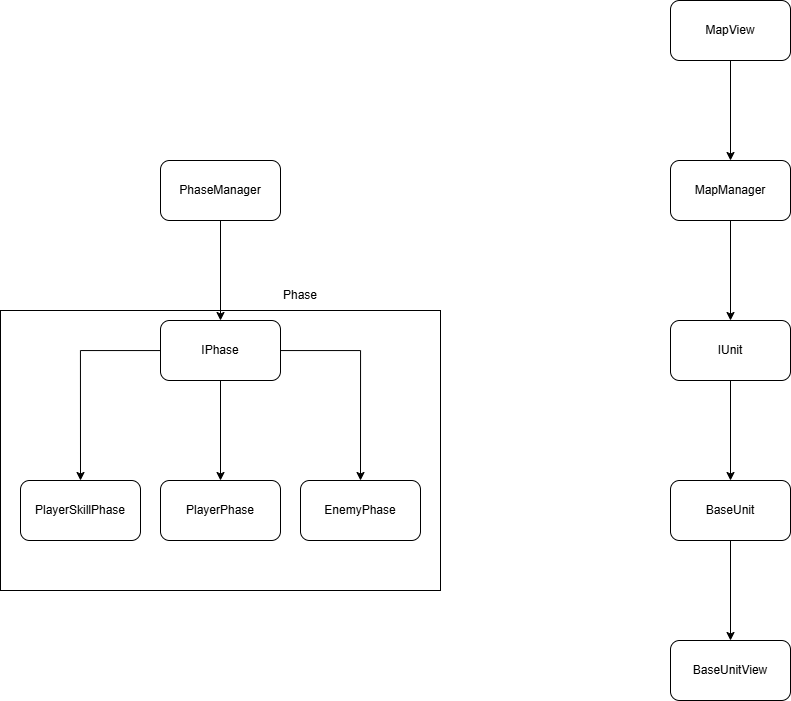
RoperaSn88/Echo-Edge keeps this draw.io diagram as Assets/Scripts/クラス図.drawio.png. Above is the earlier version. Source tidied: cells renumbered, new cells last; positions are measured from the earlier drawing's top-left corner, leaving out a move shared by most shapes. Its diagram source:
```xml
<mxGraphModel>
  <root>
    <mxCell id="0" />
    <mxCell id="1" parent="0" />
    <mxCell id="2" style="rounded=0;whiteSpace=wrap;html=1;" parent="1" vertex="1">
      <mxGeometry y="310" width="440" height="280" as="geometry" />
    </mxCell>
    <mxCell id="3" style="edgeStyle=orthogonalEdgeStyle;rounded=0;jettySize=auto;html=1;entryX=0.5;entryY=0;entryDx=0;entryDy=0;" parent="1" edge="1" source="4" target="8">
      <mxGeometry relative="1" as="geometry" />
    </mxCell>
    <mxCell id="4" value="PhaseManager" style="rounded=1;whiteSpace=wrap;html=1;" parent="1" vertex="1">
      <mxGeometry x="160" y="160" width="120" height="60" as="geometry" />
    </mxCell>
    <mxCell id="5" style="edgeStyle=orthogonalEdgeStyle;rounded=0;jettySize=auto;html=1;entryX=0.5;entryY=0;entryDx=0;entryDy=0;" parent="1" edge="1" source="8" target="9">
      <mxGeometry relative="1" as="geometry" />
    </mxCell>
    <mxCell id="6" style="edgeStyle=orthogonalEdgeStyle;rounded=0;jettySize=auto;html=1;entryX=0.5;entryY=0;entryDx=0;entryDy=0;" parent="1" edge="1" source="8" target="10">
      <mxGeometry relative="1" as="geometry" />
    </mxCell>
    <mxCell id="7" style="edgeStyle=orthogonalEdgeStyle;rounded=0;jettySize=auto;html=1;entryX=0.5;entryY=0;entryDx=0;entryDy=0;" parent="1" edge="1" source="8" target="11">
      <mxGeometry relative="1" as="geometry" />
    </mxCell>
    <mxCell id="8" value="IPhase" style="rounded=1;whiteSpace=wrap;html=1;" parent="1" vertex="1">
      <mxGeometry x="160" y="320" width="120" height="60" as="geometry" />
    </mxCell>
    <mxCell id="9" value="PlayerPhase" style="rounded=1;whiteSpace=wrap;html=1;" parent="1" vertex="1">
      <mxGeometry x="160" y="480" width="120" height="60" as="geometry" />
    </mxCell>
    <mxCell id="10" value="PlayerSkillPhase" style="rounded=1;whiteSpace=wrap;html=1;" parent="1" vertex="1">
      <mxGeometry x="20" y="480" width="120" height="60" as="geometry" />
    </mxCell>
    <mxCell id="11" value="EnemyPhase" style="rounded=1;whiteSpace=wrap;html=1;" parent="1" vertex="1">
      <mxGeometry x="300" y="480" width="120" height="60" as="geometry" />
    </mxCell>
    <mxCell id="12" style="edgeStyle=orthogonalEdgeStyle;rounded=0;jettySize=auto;html=1;entryX=0.5;entryY=0;entryDx=0;entryDy=0;" parent="1" edge="1" source="13" target="15">
      <mxGeometry relative="1" as="geometry" />
    </mxCell>
    <mxCell id="13" value="MapManager" style="rounded=1;whiteSpace=wrap;html=1;" parent="1" vertex="1">
      <mxGeometry x="670" y="160" width="120" height="60" as="geometry" />
    </mxCell>
    <mxCell id="14" style="edgeStyle=orthogonalEdgeStyle;rounded=0;jettySize=auto;html=1;entryX=0.5;entryY=0;entryDx=0;entryDy=0;" parent="1" edge="1" source="15" target="17">
      <mxGeometry relative="1" as="geometry" />
    </mxCell>
    <mxCell id="15" value="IUnit" style="rounded=1;whiteSpace=wrap;html=1;" parent="1" vertex="1">
      <mxGeometry x="670" y="320" width="120" height="60" as="geometry" />
    </mxCell>
    <mxCell id="16" style="edgeStyle=orthogonalEdgeStyle;rounded=0;jettySize=auto;html=1;entryX=0.5;entryY=0;entryDx=0;entryDy=0;" parent="1" edge="1" source="17" target="21">
      <mxGeometry relative="1" as="geometry" />
    </mxCell>
    <mxCell id="17" value="BaseUnit" style="rounded=1;whiteSpace=wrap;html=1;" parent="1" vertex="1">
      <mxGeometry x="670" y="480" width="120" height="60" as="geometry" />
    </mxCell>
    <mxCell id="18" style="edgeStyle=orthogonalEdgeStyle;rounded=0;jettySize=auto;html=1;entryX=0.5;entryY=0;entryDx=0;entryDy=0;" parent="1" edge="1" source="19" target="13">
      <mxGeometry relative="1" as="geometry" />
    </mxCell>
    <mxCell id="19" value="MapView" style="rounded=1;whiteSpace=wrap;html=1;" parent="1" vertex="1">
      <mxGeometry x="670" width="120" height="60" as="geometry" />
    </mxCell>
    <mxCell id="20" value="Phase" style="text;html=1;whiteSpace=wrap;strokeColor=none;fillColor=none;align=center;verticalAlign=middle;rounded=0;" parent="1" vertex="1">
      <mxGeometry x="270" y="280" width="60" height="30" as="geometry" />
    </mxCell>
    <mxCell id="21" value="BaseUnitView" style="rounded=1;whiteSpace=wrap;html=1;" parent="1" vertex="1">
      <mxGeometry x="670" y="640" width="120" height="60" as="geometry" />
    </mxCell>
  </root>
</mxGraphModel>
```
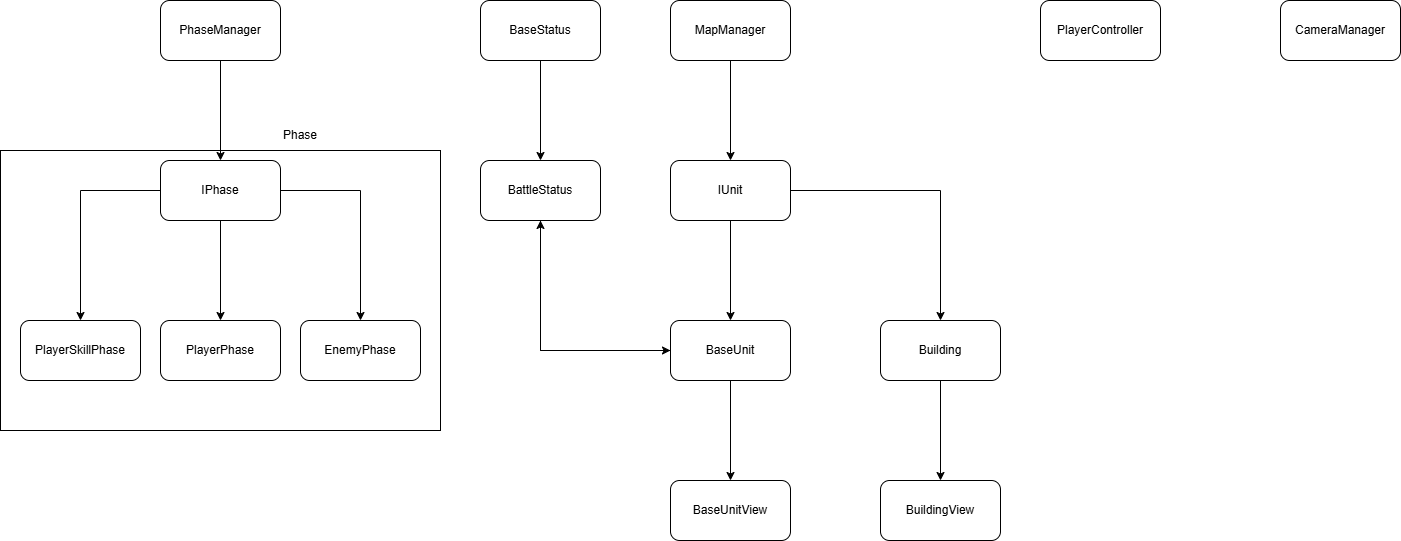
Later version of the same file.

Change to the diagram source:
```diff
@@ -41,26 +41,57 @@
     <mxCell id="14" style="edgeStyle=orthogonalEdgeStyle;rounded=0;jettySize=auto;html=1;entryX=0.5;entryY=0;entryDx=0;entryDy=0;" parent="1" edge="1" source="15" target="17">
       <mxGeometry relative="1" as="geometry" />
     </mxCell>
+    <mxCell id="22" style="edgeStyle=orthogonalEdgeStyle;rounded=0;jettySize=auto;html=1;" parent="1" edge="1" source="15" target="26">
+      <mxGeometry relative="1" as="geometry" />
+    </mxCell>
     <mxCell id="15" value="IUnit" style="rounded=1;whiteSpace=wrap;html=1;" parent="1" vertex="1">
       <mxGeometry x="670" y="320" width="120" height="60" as="geometry" />
     </mxCell>
     <mxCell id="16" style="edgeStyle=orthogonalEdgeStyle;rounded=0;jettySize=auto;html=1;entryX=0.5;entryY=0;entryDx=0;entryDy=0;" parent="1" edge="1" source="17" target="21">
       <mxGeometry relative="1" as="geometry" />
     </mxCell>
+    <mxCell id="23" style="edgeStyle=orthogonalEdgeStyle;rounded=0;jettySize=auto;html=1;entryX=0.5;entryY=1;entryDx=0;entryDy=0;" parent="1" edge="1" source="17" target="29">
+      <mxGeometry relative="1" as="geometry" />
+    </mxCell>
     <mxCell id="17" value="BaseUnit" style="rounded=1;whiteSpace=wrap;html=1;" parent="1" vertex="1">
       <mxGeometry x="670" y="480" width="120" height="60" as="geometry" />
     </mxCell>
-    <mxCell id="18" style="edgeStyle=orthogonalEdgeStyle;rounded=0;jettySize=auto;html=1;entryX=0.5;entryY=0;entryDx=0;entryDy=0;" parent="1" edge="1" source="19" target="13">
-      <mxGeometry relative="1" as="geometry" />
-    </mxCell>
-    <mxCell id="19" value="MapView" style="rounded=1;whiteSpace=wrap;html=1;" parent="1" vertex="1">
-      <mxGeometry x="670" width="120" height="60" as="geometry" />
-    </mxCell>
     <mxCell id="20" value="Phase" style="text;html=1;whiteSpace=wrap;strokeColor=none;fillColor=none;align=center;verticalAlign=middle;rounded=0;" parent="1" vertex="1">
       <mxGeometry x="270" y="280" width="60" height="30" as="geometry" />
     </mxCell>
     <mxCell id="21" value="BaseUnitView" style="rounded=1;whiteSpace=wrap;html=1;" parent="1" vertex="1">
       <mxGeometry x="670" y="640" width="120" height="60" as="geometry" />
     </mxCell>
+    <mxCell id="24" value="PlayerController" style="rounded=1;whiteSpace=wrap;html=1;" parent="1" vertex="1">
+      <mxGeometry x="1040" y="160" width="120" height="60" as="geometry" />
+    </mxCell>
+    <mxCell id="25" style="edgeStyle=orthogonalEdgeStyle;rounded=0;jettySize=auto;html=1;" parent="1" edge="1" source="26" target="27">
+      <mxGeometry relative="1" as="geometry" />
+    </mxCell>
+    <mxCell id="26" value="Building" style="rounded=1;whiteSpace=wrap;html=1;" parent="1" vertex="1">
+      <mxGeometry x="880" y="480" width="120" height="60" as="geometry" />
+    </mxCell>
+    <mxCell id="27" value="BuildingView" style="rounded=1;whiteSpace=wrap;html=1;" parent="1" vertex="1">
+      <mxGeometry x="880" y="640" width="120" height="60" as="geometry" />
+    </mxCell>
+    <mxCell id="28" style="edgeStyle=orthogonalEdgeStyle;rounded=0;jettySize=auto;html=1;entryX=0;entryY=0.5;entryDx=0;entryDy=0;" parent="1" edge="1" source="29" target="17">
+      <mxGeometry relative="1" as="geometry">
+        <Array as="points">
+          <mxPoint x="540" y="510" />
+        </Array>
+      </mxGeometry>
+    </mxCell>
+    <mxCell id="29" value="BattleStatus" style="rounded=1;whiteSpace=wrap;html=1;" parent="1" vertex="1">
+      <mxGeometry x="480" y="320" width="120" height="60" as="geometry" />
+    </mxCell>
+    <mxCell id="30" style="edgeStyle=orthogonalEdgeStyle;rounded=0;jettySize=auto;html=1;entryX=0.5;entryY=0;entryDx=0;entryDy=0;" parent="1" edge="1" source="31" target="29">
+      <mxGeometry relative="1" as="geometry" />
+    </mxCell>
+    <mxCell id="31" value="BaseStatus" style="rounded=1;whiteSpace=wrap;html=1;" parent="1" vertex="1">
+      <mxGeometry x="480" y="160" width="120" height="60" as="geometry" />
+    </mxCell>
+    <mxCell id="32" value="CameraManager" style="rounded=1;whiteSpace=wrap;html=1;" parent="1" vertex="1">
+      <mxGeometry x="1280" y="160" width="120" height="60" as="geometry" />
+    </mxCell>
   </root>
 </mxGraphModel>
```
